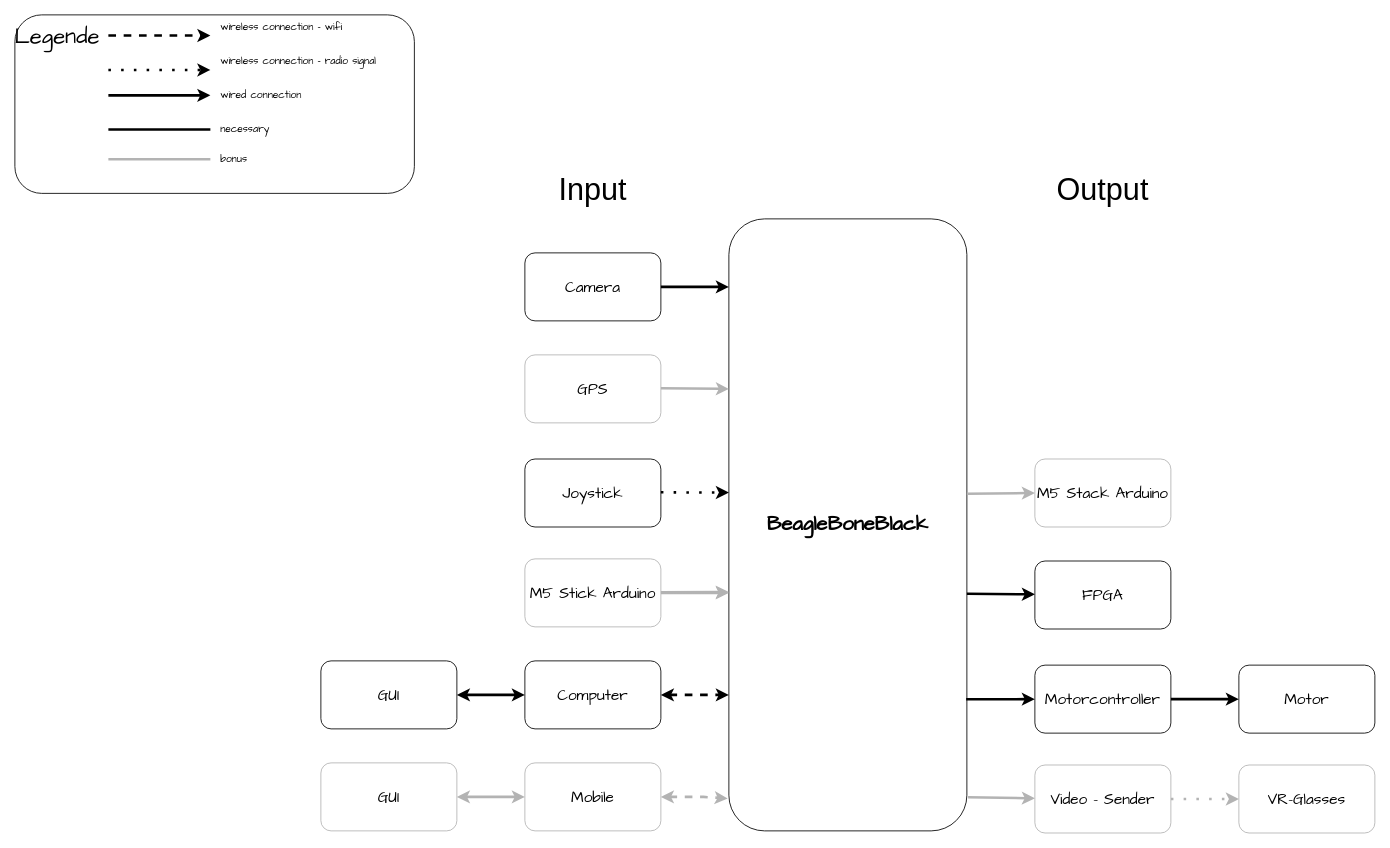
Earlier version of the draw.io diagram Software/Doku/overview.drawio (OgLocGreen/proyecto_sistema_mecatronico_industrial). Source tidied: cells renumbered, new cells numbered last; positions are measured from the earlier drawing's top-left corner, leaving out a move shared by most shapes. Both pictures are drawn from the tidied source at 85%, with x=0, y=0 at pixel (14, 14).
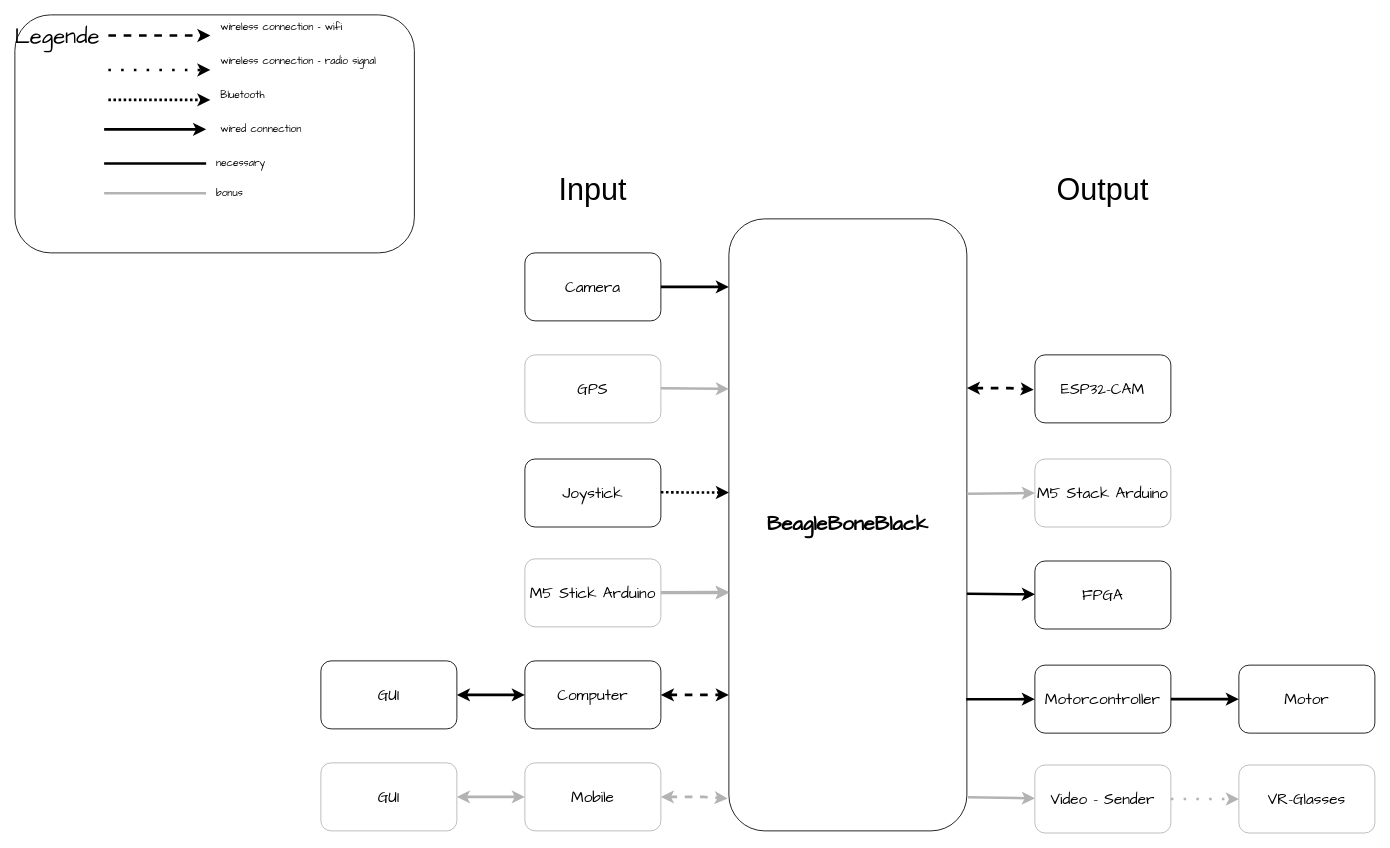
Above is the later version.

Change to the diagram source:
```diff
@@
     <mxCell id="2" style="rounded=1;whiteSpace=wrap;html=1;fontFamily=Comic Sans MS;fillColor=none;" parent="1" vertex="1">
-      <mxGeometry width="470" height="210" as="geometry" />
+      <mxGeometry width="470" height="280" as="geometry" />
     </mxCell>
@@
     <mxCell id="12" style="endArrow=classic;html=1;rounded=0;strokeWidth=3;fontFamily=Comic Sans MS;" parent="1" edge="1">
       <mxGeometry relative="1" as="geometry">
-        <mxPoint x="110" y="94.7" as="sourcePoint" />
-        <mxPoint x="230" y="94.7" as="targetPoint" />
+        <mxPoint x="105" y="134.7" as="sourcePoint" />
+        <mxPoint x="225" y="134.7" as="targetPoint" />
         <Array as="points">
-          <mxPoint x="170" y="94.7" />
+          <mxPoint x="165" y="134.7" />
         </Array>
       </mxGeometry>
     </mxCell>
-    <mxCell id="13" value="wired connection" style="text;html=1;align=left;verticalAlign=middle;strokeColor=none;fillColor=none;fontFamily=Comic Sans MS;" parent="1" vertex="1">
-      <mxGeometry x="240" y="80" width="130" height="30" as="geometry" />
+    <mxCell id="13" value="Bluetooth" style="text;html=1;align=left;verticalAlign=middle;strokeColor=none;fillColor=none;fontFamily=Comic Sans MS;" parent="1" vertex="1">
+      <mxGeometry x="240" y="85" width="60" height="20" as="geometry" />
     </mxCell>
@@
-    <mxCell id="33" style="endArrow=classic;html=1;rounded=0;strokeWidth=3;fontFamily=Comic Sans MS;dashed=1;dashPattern=1 4;" parent="1" edge="1">
+    <mxCell id="33" style="endArrow=classic;html=1;rounded=0;strokeWidth=3;fontFamily=Comic Sans MS;dashed=1;dashPattern=1 1;" parent="1" edge="1">
       <mxGeometry relative="1" as="geometry">
         <mxPoint x="760" y="561.7" as="sourcePoint" />
         <mxPoint x="840" y="562" as="targetPoint" />
       </mxGeometry>
     </mxCell>
@@
     <mxCell id="39" style="endArrow=none;html=1;fontSize=18;strokeWidth=3;" parent="1" edge="1">
       <mxGeometry relative="1" as="geometry">
-        <mxPoint x="230" y="134.8" as="sourcePoint" />
-        <mxPoint x="110" y="134.8" as="targetPoint" />
+        <mxPoint x="225" y="174.8" as="sourcePoint" />
+        <mxPoint x="105" y="174.8" as="targetPoint" />
       </mxGeometry>
     </mxCell>
     <mxCell id="40" value="necessary" style="text;html=1;align=left;verticalAlign=middle;strokeColor=none;fillColor=none;fontFamily=Comic Sans MS;" parent="1" vertex="1">
-      <mxGeometry x="240" y="125" width="60" height="20" as="geometry" />
+      <mxGeometry x="235" y="165" width="60" height="20" as="geometry" />
     </mxCell>
@@
     <mxCell id="42" value="bonus" style="text;html=1;align=left;verticalAlign=middle;strokeColor=none;fillColor=none;fontFamily=Comic Sans MS;" parent="1" vertex="1">
-      <mxGeometry x="240" y="160" width="40" height="20" as="geometry" />
+      <mxGeometry x="235" y="200" width="40" height="20" as="geometry" />
     </mxCell>
     <mxCell id="43" style="endArrow=none;html=1;fontSize=18;strokeWidth=3;strokeColor=#B3B3B3;" parent="1" edge="1">
       <mxGeometry relative="1" as="geometry">
-        <mxPoint x="230" y="169.8" as="sourcePoint" />
-        <mxPoint x="110" y="169.8" as="targetPoint" />
+        <mxPoint x="225" y="209.8" as="sourcePoint" />
+        <mxPoint x="105" y="209.8" as="targetPoint" />
       </mxGeometry>
     </mxCell>
@@
+    <mxCell id="46" value="&lt;font style=&quot;font-size: 18px&quot;&gt;ESP32-CAM&lt;/font&gt;" style="rounded=1;whiteSpace=wrap;html=1;fontFamily=Comic Sans MS;strokeColor=#000000;" parent="1" vertex="1">
+      <mxGeometry x="1200" y="400" width="160" height="80" as="geometry" />
+    </mxCell>
+    <mxCell id="47" style="endArrow=classic;startArrow=classic;html=1;rounded=0;dashed=1;strokeWidth=3;exitX=1;exitY=0.5;exitDx=0;exitDy=0;entryX=-0.005;entryY=0.947;entryDx=0;entryDy=0;entryPerimeter=0;fontFamily=Comic Sans MS;strokeColor=#000000;" parent="1" edge="1">
+      <mxGeometry relative="1" as="geometry">
+        <mxPoint x="1120" y="439.1" as="sourcePoint" />
+        <mxPoint x="1198.6" y="440.9" as="targetPoint" />
+        <Array as="points">
+          <mxPoint x="1170" y="439.1" />
+        </Array>
+      </mxGeometry>
+    </mxCell>
+    <mxCell id="48" style="endArrow=classic;html=1;rounded=0;strokeWidth=3;fontFamily=Comic Sans MS;dashed=1;dashPattern=1 1;" parent="1" edge="1">
+      <mxGeometry relative="1" as="geometry">
+        <mxPoint x="110" y="100" as="sourcePoint" />
+        <mxPoint x="230" y="100" as="targetPoint" />
+        <Array as="points">
+          <mxPoint x="170" y="100" />
+        </Array>
+      </mxGeometry>
+    </mxCell>
+    <mxCell id="49" value="wired connection" style="text;html=1;align=left;verticalAlign=middle;strokeColor=none;fillColor=none;fontFamily=Comic Sans MS;" parent="1" vertex="1">
+      <mxGeometry x="240" y="120" width="130" height="30" as="geometry" />
+    </mxCell>
```
